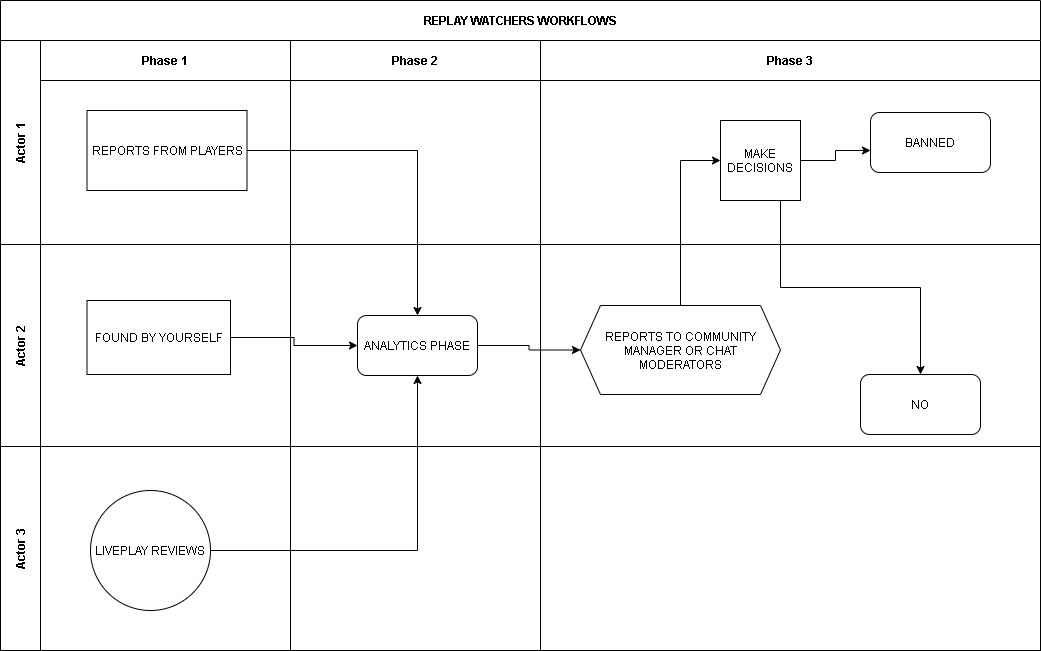
Before: replaywatchers.png, a diagram exported from draw.io (troke12/mikrotik). Source tidied: cells renumbered, new cells last; positions are measured from the earlier drawing's top-left corner, leaving out a move shared by most shapes.
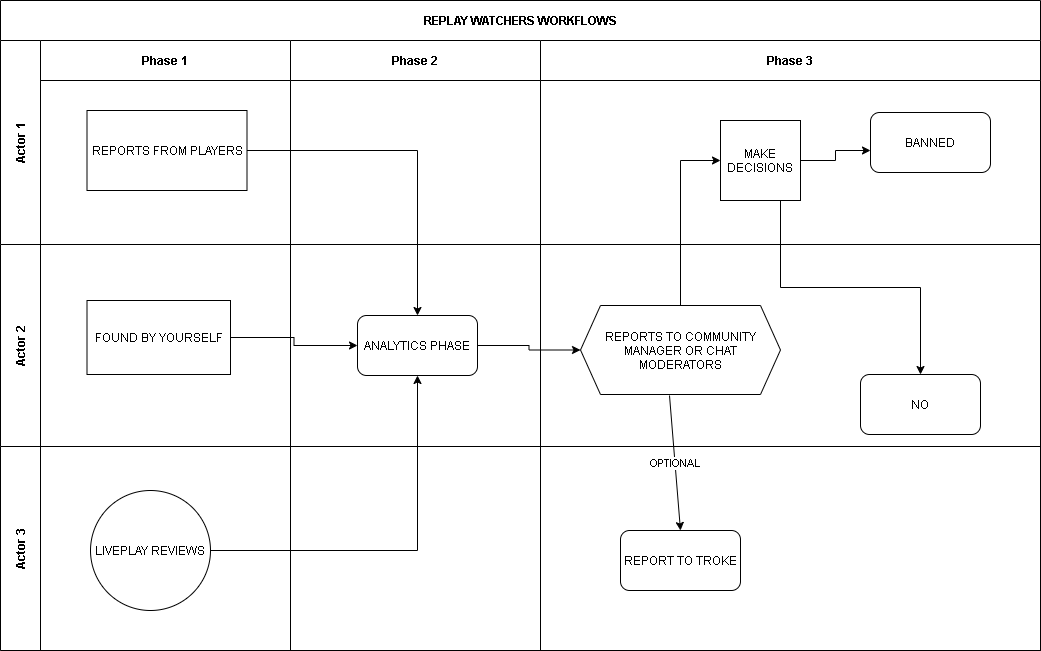
Above is the later version.

The edit, as a diff of the source:
```diff
@@ -77,6 +77,9 @@
     <mxCell id="26" style="swimlane;startSize=0;html=1;whiteSpace=wrap;" parent="22" vertex="1">
       <mxGeometry x="540" width="500" height="204" as="geometry" />
     </mxCell>
+    <mxCell id="33" value="REPORT TO TROKE" style="rounded=1;whiteSpace=wrap;html=1;shadow=0;glass=0;sketch=0;strokeColor=#000000;strokeWidth=1;" parent="26" vertex="1">
+      <mxGeometry x="80" y="84" width="120" height="60" as="geometry" />
+    </mxCell>
     <mxCell id="27" style="swimlane;startSize=0;html=1;whiteSpace=wrap;" parent="22" vertex="1">
       <mxGeometry x="1040" height="204" as="geometry" />
     </mxCell>
@@ -92,6 +95,12 @@
     <mxCell id="31" style="edgeStyle=orthogonalEdgeStyle;rounded=0;jettySize=auto;html=1;exitX=0.75;exitY=1;exitDx=0;exitDy=0;entryX=0.5;entryY=0;entryDx=0;entryDy=0;" parent="2" edge="1" source="10" target="18">
       <mxGeometry relative="1" as="geometry" />
     </mxCell>
+    <mxCell id="34" style="endArrow=classic;html=1;exitX=0.445;exitY=1.011;exitDx=0;exitDy=0;exitPerimeter=0;entryX=0.5;entryY=0;entryDx=0;entryDy=0;" parent="2" edge="1" source="17" target="33">
+      <mxGeometry relative="1" as="geometry" />
+    </mxCell>
+    <mxCell id="35" value="OPTIONAL" style="edgeLabel;html=1;align=center;verticalAlign=middle;" parent="34" vertex="1">
+      <mxGeometry relative="1" as="geometry" />
+    </mxCell>
     <mxCell id="32" style="edgeStyle=orthogonalEdgeStyle;rounded=0;jettySize=auto;html=1;exitX=1;exitY=0.5;exitDx=0;exitDy=0;" parent="1" edge="1" source="10">
       <mxGeometry relative="1" as="geometry">
         <mxPoint x="870" y="150" as="targetPoint" />
```
